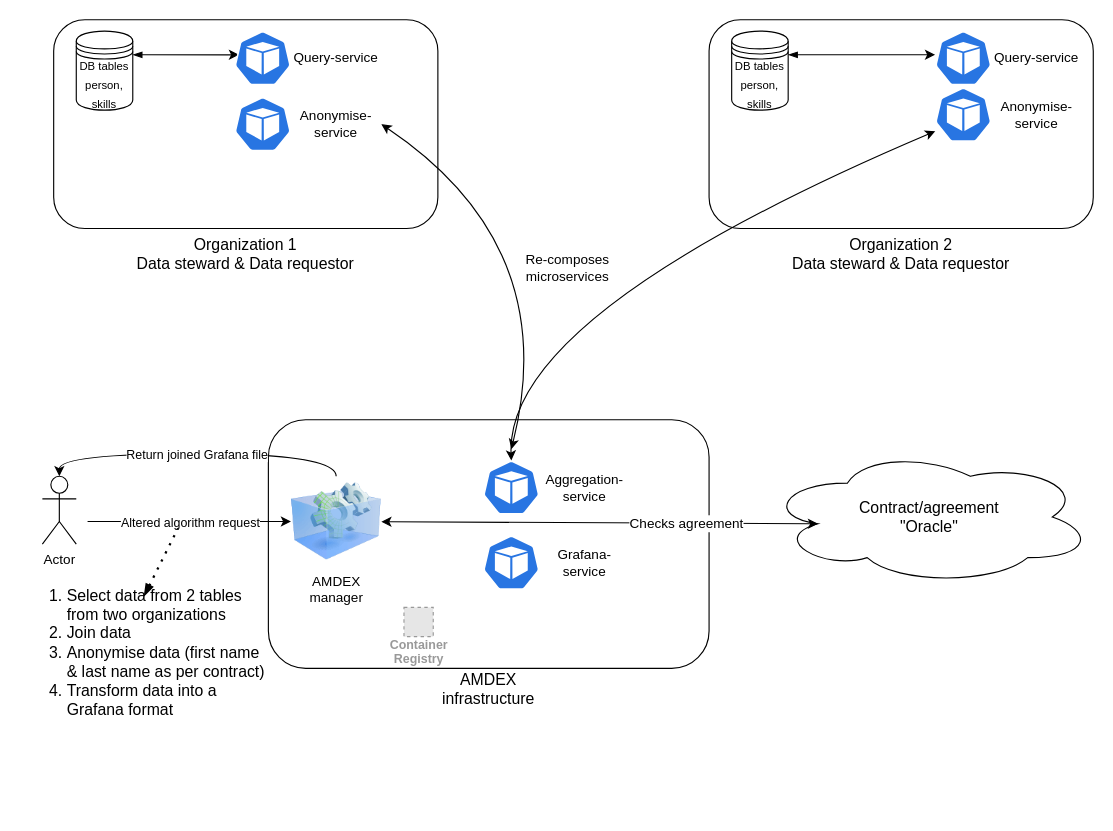
The draw.io diagram docs/drawio/scenario3.drawio in Jorrit05/swarm_setup, before the edit. Source tidied: cells renumbered, new cells numbered last; positions are measured from the earlier drawing's top-left corner, leaving out a move shared by most shapes. Both pictures are drawn from the tidied source at 113%, with x=0, y=0 at pixel (19, 19). Pictures stored in the file or linked from it are replaced by grey dashed boxes.
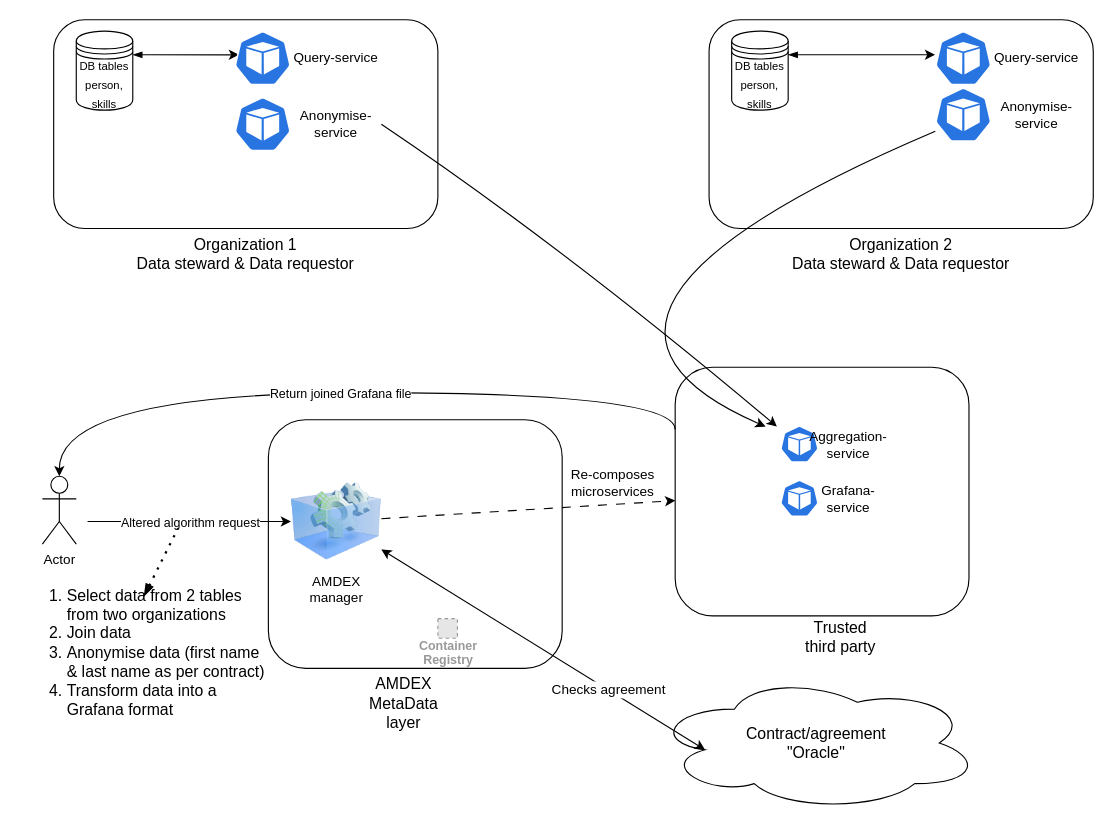
The same diagram, later.

Unchanged cells that the change refers to:
```xml
<mxCell id="12" value="Actor" style="shape=umlActor;verticalLabelPosition=bottom;verticalAlign=top;html=1;outlineConnect=0;" parent="1" vertex="1">
  <mxGeometry x="20" y="404" width="30" height="60" as="geometry" />
</mxCell>
<mxCell id="17" value="AMDEX &lt;br&gt;manager" style="image;html=1;image=img/lib/clip_art/computers/Virtual_Application_128x128.png;" parent="1" vertex="1">
  <mxGeometry x="240" y="404" width="80" height="80" as="geometry" />
</mxCell>
```

The edit, as a diff of the source:
```diff
@@
+    <mxCell id="49" style="group;" parent="1" vertex="1">
+      <mxGeometry x="580" y="307.5" width="260" height="253" as="geometry" />
+    </mxCell>
+    <mxCell id="50" style="rounded=1;whiteSpace=wrap;html=1;" parent="49" vertex="1">
+      <mxGeometry width="260" height="220" as="geometry" />
+    </mxCell>
+    <mxCell id="51" value="Trusted third party" style="text;html=1;strokeColor=none;fillColor=none;align=center;verticalAlign=middle;whiteSpace=wrap;rounded=0;fontSize=14;" parent="49" vertex="1">
+      <mxGeometry x="113.4" y="223" width="66.6" height="30" as="geometry" />
+    </mxCell>
+    <mxCell id="52" style="group;" parent="49" vertex="1">
+      <mxGeometry x="93.3" y="92" width="86.7" height="48" as="geometry" />
+    </mxCell>
+    <mxCell id="53" style="sketch=0;html=1;dashed=0;whitespace=wrap;fillColor=#2875E2;strokeColor=#ffffff;verticalLabelPosition=bottom;align=center;verticalAlign=top;shape=mxgraph.kubernetes.icon;prIcon=pod;" parent="52" vertex="1">
+      <mxGeometry width="33.3" height="48" as="geometry" />
+    </mxCell>
+    <mxCell id="11" value="&lt;font style=&quot;font-size: 12px;&quot;&gt;Grafana-service&lt;/font&gt;" style="text;html=1;strokeColor=none;fillColor=none;align=center;verticalAlign=middle;whiteSpace=wrap;rounded=0;fontSize=10;" parent="52" vertex="1">
+      <mxGeometry x="33.3" y="9" width="53.3" height="30" as="geometry" />
+    </mxCell>
+    <mxCell id="54" style="group;" parent="49" vertex="1">
+      <mxGeometry x="93.3" y="44" width="86.7" height="48" as="geometry" />
+    </mxCell>
+    <mxCell id="55" style="sketch=0;html=1;dashed=0;whitespace=wrap;fillColor=#2875E2;strokeColor=#ffffff;verticalLabelPosition=bottom;align=center;verticalAlign=top;shape=mxgraph.kubernetes.icon;prIcon=pod;" parent="54" vertex="1">
+      <mxGeometry width="33.3" height="48" as="geometry" />
+    </mxCell>
+    <mxCell id="8" value="&lt;font style=&quot;font-size: 12px;&quot;&gt;Aggregation-service&lt;/font&gt;" style="text;html=1;strokeColor=none;fillColor=none;align=center;verticalAlign=middle;whiteSpace=wrap;rounded=0;fontSize=10;" parent="54" vertex="1">
+      <mxGeometry x="33.3" y="9" width="53.3" height="30" as="geometry" />
+    </mxCell>
     <mxCell id="2" style="group;" parent="1" vertex="1">
-      <mxGeometry x="220" y="354" width="390" height="253" as="geometry" />
+      <mxGeometry x="220" y="354" width="260" height="253" as="geometry" />
     </mxCell>
     <mxCell id="3" style="rounded=1;whiteSpace=wrap;html=1;" parent="2" vertex="1">
-      <mxGeometry width="390" height="220" as="geometry" />
+      <mxGeometry width="260" height="220" as="geometry" />
     </mxCell>
-    <mxCell id="4" value="AMDEX infrastructure" style="text;html=1;strokeColor=none;fillColor=none;align=center;verticalAlign=middle;whiteSpace=wrap;rounded=0;fontSize=14;" parent="2" vertex="1">
-      <mxGeometry x="170.1" y="223" width="49.8" height="30" as="geometry" />
+    <mxCell id="4" value="AMDEX MetaData layer" style="text;html=1;strokeColor=none;fillColor=none;align=center;verticalAlign=middle;whiteSpace=wrap;rounded=0;fontSize=14;" parent="2" vertex="1">
+      <mxGeometry x="80" y="236" width="80" height="30" as="geometry" />
     </mxCell>
     <mxCell id="5" value="Container&#10;Registry" style="fillColor=#E6E6E6;strokeColor=#999999;dashed=1;html=1;verticalAlign=top;labelPosition=center;verticalLabelPosition=bottom;align=center;spacingTop=-6;fontSize=11;fontStyle=1;fontColor=#999999;" parent="2" vertex="1">
-      <mxGeometry x="120" y="166" width="25.9" height="25.9" as="geometry" />
+      <mxGeometry x="150" y="176" width="17.3" height="17.3" as="geometry" />
     </mxCell>
-    <mxCell id="6" style="group;" parent="2" vertex="1">
-      <mxGeometry x="190" y="36" width="130" height="48" as="geometry" />
-    </mxCell>
-    <mxCell id="7" style="sketch=0;html=1;dashed=0;whitespace=wrap;fillColor=#2875E2;strokeColor=#ffffff;points=[[0.005,0.63,0],[0.1,0.2,0],[0.9,0.2,0],[0.5,0,0],[0.995,0.63,0],[0.72,0.99,0],[0.5,1,0],[0.28,0.99,0]];verticalLabelPosition=bottom;align=center;verticalAlign=top;shape=mxgraph.kubernetes.icon;prIcon=pod;" parent="6" vertex="1">
-      <mxGeometry width="50" height="48" as="geometry" />
-    </mxCell>
-    <mxCell id="8" value="&lt;font style=&quot;font-size: 12px;&quot;&gt;Aggregation-service&lt;/font&gt;" style="text;html=1;strokeColor=none;fillColor=none;align=center;verticalAlign=middle;whiteSpace=wrap;rounded=0;fontSize=10;" parent="6" vertex="1">
-      <mxGeometry x="50" y="9" width="80" height="30" as="geometry" />
-    </mxCell>
-    <mxCell id="9" style="group;" parent="2" vertex="1">
-      <mxGeometry x="190" y="102.5" width="130" height="48" as="geometry" />
-    </mxCell>
-    <mxCell id="10" style="sketch=0;html=1;dashed=0;whitespace=wrap;fillColor=#2875E2;strokeColor=#ffffff;verticalLabelPosition=bottom;align=center;verticalAlign=top;shape=mxgraph.kubernetes.icon;prIcon=pod;" parent="9" vertex="1">
-      <mxGeometry width="50" height="48" as="geometry" />
-    </mxCell>
-    <mxCell id="11" value="&lt;font style=&quot;font-size: 12px;&quot;&gt;Grafana-service&lt;/font&gt;" style="text;html=1;strokeColor=none;fillColor=none;align=center;verticalAlign=middle;whiteSpace=wrap;rounded=0;fontSize=10;" parent="9" vertex="1">
-      <mxGeometry x="50" y="9" width="80" height="30" as="geometry" />
-    </mxCell>
@@
-    <mxCell id="15" style="edgeStyle=orthogonalEdgeStyle;jettySize=auto;html=1;entryX=0.5;entryY=0;entryDx=0;entryDy=0;entryPerimeter=0;curved=1;" parent="1" edge="1" source="17" target="12">
+    <mxCell id="15" style="edgeStyle=orthogonalEdgeStyle;jettySize=auto;html=1;entryX=0.5;entryY=0;entryDx=0;entryDy=0;entryPerimeter=0;curved=1;exitX=0;exitY=0.25;exitDx=0;exitDy=0;" parent="1" edge="1" source="50" target="12">
       <mxGeometry relative="1" as="geometry">
         <Array as="points">
-          <mxPoint x="280" y="384" />
-          <mxPoint x="35" y="384" />
+          <mxPoint x="580" y="330" />
+          <mxPoint x="35" y="330" />
         </Array>
       </mxGeometry>
     </mxCell>
@@
     <mxCell id="18" value="&lt;font style=&quot;font-size: 14px;&quot;&gt;Contract/agreement&lt;br&gt;&quot;Oracle&quot;&lt;/font&gt;" style="ellipse;shape=cloud;whiteSpace=wrap;html=1;" parent="1" vertex="1">
-      <mxGeometry x="660" y="380" width="290" height="120" as="geometry" />
+      <mxGeometry x="560" y="580" width="290" height="120" as="geometry" />
     </mxCell>
@@
-    <mxCell id="43" style="endArrow=classic;startArrow=classic;html=1;fontSize=12;entryX=1;entryY=0.5;entryDx=0;entryDy=0;curved=1;" parent="1" edge="1">
+    <mxCell id="43" style="endArrow=none;startArrow=classic;html=1;fontSize=12;entryX=1;entryY=0.5;entryDx=0;entryDy=0;curved=1;endFill=0;" parent="1" edge="1">
       <mxGeometry relative="1" as="geometry">
-        <mxPoint x="435" y="380" as="sourcePoint" />
+        <mxPoint x="670" y="360" as="sourcePoint" />
         <mxPoint x="320" y="92.4" as="targetPoint" />
         <Array as="points">
           <mxPoint x="480" y="200" />
         </Array>
       </mxGeometry>
     </mxCell>
@@
-    <mxCell id="45" style="endArrow=classic;startArrow=classic;html=1;fontSize=12;exitX=0.5;exitY=0;exitDx=0;exitDy=0;entryX=0.005;entryY=0.63;entryDx=0;entryDy=0;entryPerimeter=0;curved=1;exitPerimeter=0;" parent="1" edge="1" source="7">
+    <mxCell id="45" style="endArrow=none;startArrow=classic;html=1;fontSize=12;entryX=0.005;entryY=0.63;entryDx=0;entryDy=0;entryPerimeter=0;curved=1;endFill=0;" parent="1" edge="1">
       <mxGeometry relative="1" as="geometry">
+        <mxPoint x="660" y="360" as="sourcePoint" />
         <mxPoint x="810.2" y="98.6" as="targetPoint" />
         <Array as="points">
           <mxPoint x="430" y="260" />
         </Array>
       </mxGeometry>
     </mxCell>
     <mxCell id="46" value="Re-composes microservices" style="text;html=1;strokeColor=none;fillColor=none;align=center;verticalAlign=middle;whiteSpace=wrap;rounded=0;fontSize=12;" parent="1" vertex="1">
-      <mxGeometry x="430" y="190" width="110" height="60" as="geometry" />
+      <mxGeometry x="470" y="380" width="110" height="60" as="geometry" />
     </mxCell>
@@
+    <mxCell id="56" style="endArrow=classic;html=1;rounded=0;dashed=1;dashPattern=8 8;" parent="1" edge="1" source="17" target="50">
+      <mxGeometry relative="1" as="geometry" />
+    </mxCell>
```
